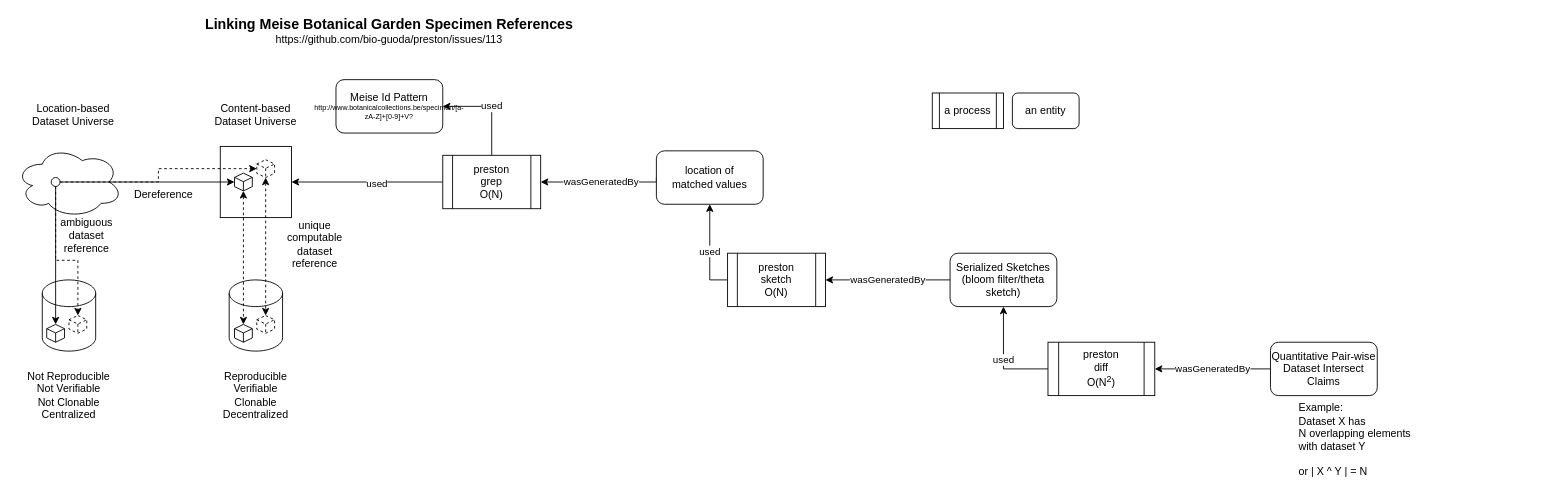
Above: docs/linking-specimen.drawio in bio-guoda/preston (draw.io), before the change. Source tidied: cells renumbered, new cells numbered last; positions are measured from the earlier drawing's top-left corner, leaving out a move shared by most shapes. Both pictures are drawn from the tidied source at 89%, with x=0, y=0 at pixel (15, 21).
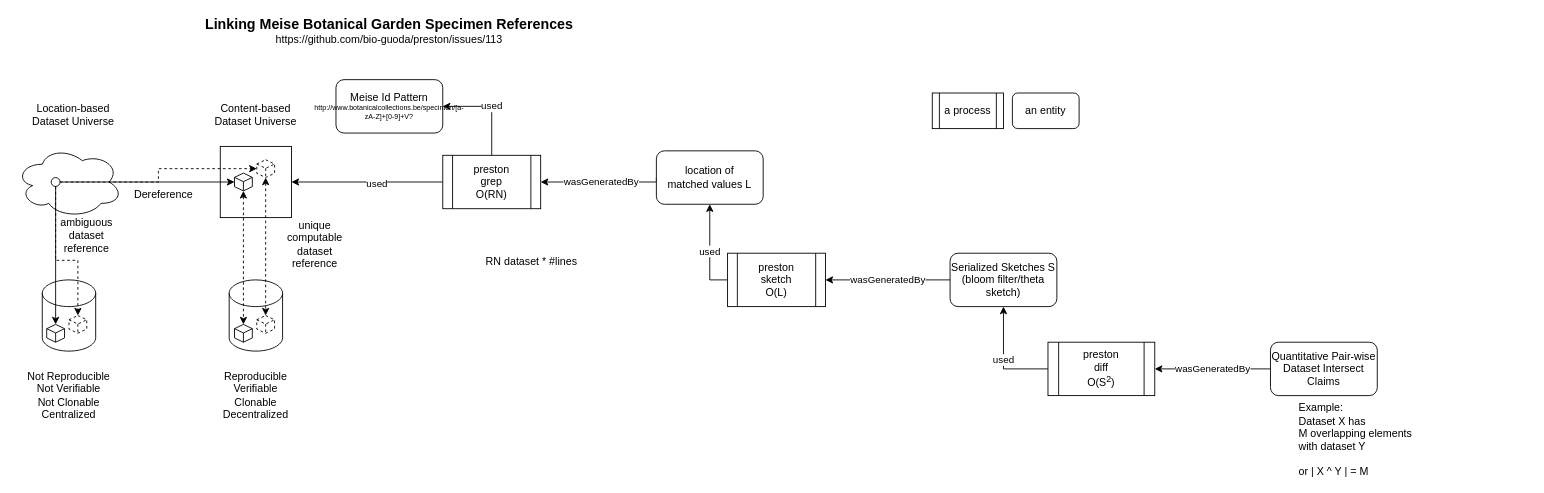
Above is the later version.

Commit message (it also covers changes not shown here):
update figures after meeting; fyi @mielliott

Diff of the diagram source:
```diff
@@
-    <mxCell id="32" value="&lt;div&gt;preston &lt;br&gt;&lt;/div&gt;&lt;div&gt;grep&lt;/div&gt;&lt;div&gt;O(N)&lt;br&gt;&lt;/div&gt;" style="shape=process;whiteSpace=wrap;html=1;backgroundOutline=1;" parent="1" vertex="1">
+    <mxCell id="32" value="&lt;div&gt;preston &lt;br&gt;&lt;/div&gt;&lt;div&gt;grep&lt;/div&gt;&lt;div&gt;O(RN)&lt;br&gt;&lt;/div&gt;" style="shape=process;whiteSpace=wrap;html=1;backgroundOutline=1;" parent="1" vertex="1">
       <mxGeometry x="480" y="150" width="110" height="60" as="geometry" />
     </mxCell>
@@
-    <mxCell id="35" value="&lt;div&gt;location of&lt;br&gt;&lt;/div&gt;&lt;div&gt;matched values&lt;br&gt;&lt;/div&gt;" style="rounded=1;whiteSpace=wrap;html=1;" parent="1" vertex="1">
+    <mxCell id="35" value="&lt;div&gt;location of&lt;br&gt;&lt;/div&gt;&lt;div&gt;matched values L&lt;br&gt;&lt;/div&gt;" style="rounded=1;whiteSpace=wrap;html=1;" parent="1" vertex="1">
       <mxGeometry x="720" y="145" width="120" height="60" as="geometry" />
     </mxCell>
@@
-    <mxCell id="37" value="&lt;div&gt;preston &lt;br&gt;&lt;/div&gt;&lt;div&gt;sketch&lt;/div&gt;&lt;div&gt;O(N)&lt;br&gt;&lt;/div&gt;" style="shape=process;whiteSpace=wrap;html=1;backgroundOutline=1;" parent="1" vertex="1">
+    <mxCell id="37" value="&lt;div&gt;preston &lt;br&gt;&lt;/div&gt;&lt;div&gt;sketch&lt;/div&gt;&lt;div&gt;O(L)&lt;br&gt;&lt;/div&gt;" style="shape=process;whiteSpace=wrap;html=1;backgroundOutline=1;" parent="1" vertex="1">
       <mxGeometry x="800" y="260" width="110" height="60" as="geometry" />
     </mxCell>
@@
-    <mxCell id="39" value="Serialized Sketches&lt;br&gt;(bloom filter/theta sketch)" style="rounded=1;whiteSpace=wrap;html=1;" parent="1" vertex="1">
+    <mxCell id="39" value="Serialized Sketches S&lt;br&gt;(bloom filter/theta sketch)" style="rounded=1;whiteSpace=wrap;html=1;" parent="1" vertex="1">
       <mxGeometry x="1050" y="260" width="120" height="60" as="geometry" />
     </mxCell>
@@
-    <mxCell id="41" value="preston&lt;br&gt;&lt;div&gt;diff&lt;/div&gt;&lt;div&gt;O(N&lt;sup&gt;2&lt;/sup&gt;)&lt;br&gt;&lt;/div&gt;" style="shape=process;whiteSpace=wrap;html=1;backgroundOutline=1;" parent="1" vertex="1">
+    <mxCell id="41" value="preston&lt;br&gt;&lt;div&gt;diff&lt;/div&gt;&lt;div&gt;O(S&lt;sup&gt;2&lt;/sup&gt;)&lt;br&gt;&lt;/div&gt;" style="shape=process;whiteSpace=wrap;html=1;backgroundOutline=1;" parent="1" vertex="1">
       <mxGeometry x="1160" y="360" width="120" height="60" as="geometry" />
     </mxCell>
@@
-    <mxCell id="44" value="Quantitative Pair-wise Dataset Intersect Claims" style="rounded=1;whiteSpace=wrap;html=1;" parent="1" vertex="1">
+    <mxCell id="44" value="Quantitative Pair-wise Dataset Intersect Claims " style="rounded=1;whiteSpace=wrap;html=1;" parent="1" vertex="1">
       <mxGeometry x="1410" y="360" width="120" height="60" as="geometry" />
     </mxCell>
-    <mxCell id="45" value="&lt;div align=&quot;left&quot;&gt;Example: &lt;br&gt;&lt;/div&gt;&lt;div align=&quot;left&quot;&gt;Dataset X has &lt;br&gt;&lt;/div&gt;&lt;div align=&quot;left&quot;&gt;N overlapping elements&lt;/div&gt;&lt;div align=&quot;left&quot;&gt; with dataset Y&lt;/div&gt;&lt;div align=&quot;left&quot;&gt;&lt;br&gt;&lt;/div&gt;&lt;div align=&quot;left&quot;&gt;or | X ^ Y | = N&lt;br&gt;&lt;/div&gt;" style="text;html=1;strokeColor=none;fillColor=none;align=left;verticalAlign=middle;whiteSpace=wrap;rounded=0;" parent="1" vertex="1">
+    <mxCell id="45" value="&lt;div align=&quot;left&quot;&gt;Example: &lt;br&gt;&lt;/div&gt;&lt;div align=&quot;left&quot;&gt;Dataset X has &lt;br&gt;&lt;/div&gt;&lt;div align=&quot;left&quot;&gt;M overlapping elements&lt;/div&gt;&lt;div align=&quot;left&quot;&gt; with dataset Y&lt;/div&gt;&lt;div align=&quot;left&quot;&gt;&lt;br&gt;&lt;/div&gt;&lt;div align=&quot;left&quot;&gt;or | X ^ Y | = M&lt;br&gt;&lt;/div&gt;" style="text;html=1;strokeColor=none;fillColor=none;align=left;verticalAlign=middle;whiteSpace=wrap;rounded=0;" parent="1" vertex="1">
       <mxGeometry x="1440" y="460" width="260" height="20" as="geometry" />
     </mxCell>
+    <mxCell id="46" value="RN dataset * #lines" style="text;html=1;strokeColor=none;fillColor=none;align=center;verticalAlign=middle;whiteSpace=wrap;rounded=0;" parent="1" vertex="1">
+      <mxGeometry x="500" y="260" width="160" height="20" as="geometry" />
+    </mxCell>
```
